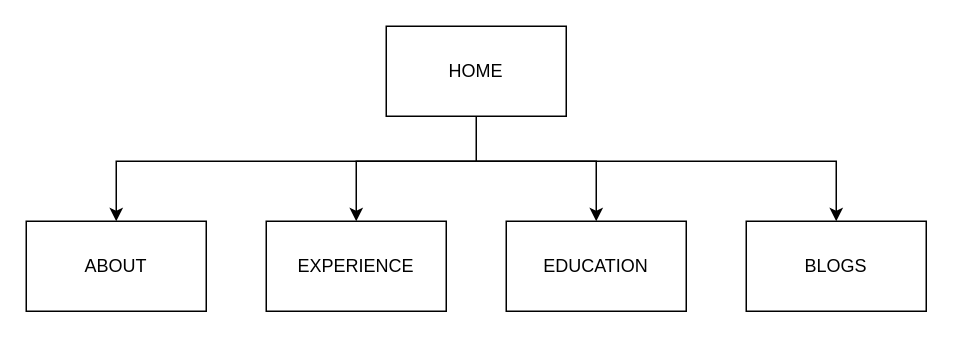
The draw.io diagram Sitemaps/T1A2_Sitemap_Draft.drawio in Mostofa-Abedin/-ShekhMostofaAbedin-_T1A2, before the edit. Source tidied: cells renumbered, new cells numbered last; positions are measured from the earlier drawing's top-left corner, leaving out a move shared by most shapes. Both pictures are drawn from the tidied source at 150%, with x=0, y=0 at pixel (26, 26).
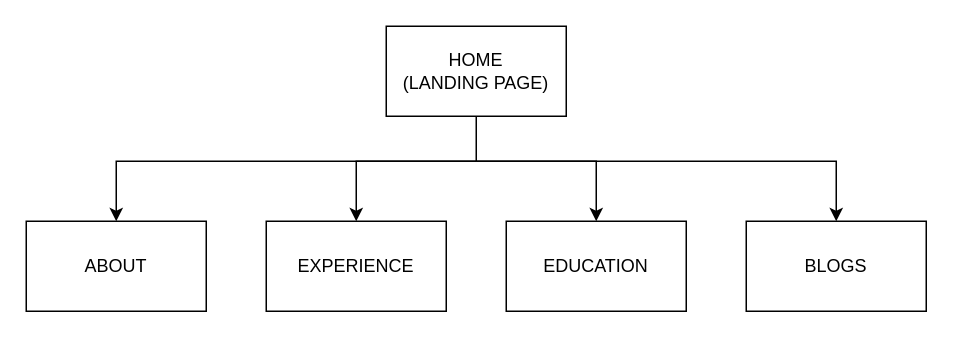
The same diagram, later.

Diff of the diagram source:
```diff
@@
 <mxGraphModel>
   <root>
     <mxCell id="0" />
     <mxCell id="1" parent="0" />
     <mxCell id="2" value="ABOUT" style="rounded=0;whiteSpace=wrap;html=1;" parent="1" vertex="1">
       <mxGeometry y="130" width="120" height="60" as="geometry" />
     </mxCell>
     <mxCell id="3" value="BLOGS" style="rounded=0;whiteSpace=wrap;html=1;" parent="1" vertex="1">
       <mxGeometry x="480" y="130" width="120" height="60" as="geometry" />
     </mxCell>
     <mxCell id="4" value="EXPERIENCE" style="rounded=0;whiteSpace=wrap;html=1;" parent="1" vertex="1">
       <mxGeometry x="160" y="130" width="120" height="60" as="geometry" />
     </mxCell>
     <mxCell id="5" value="EDUCATION" style="rounded=0;whiteSpace=wrap;html=1;" parent="1" vertex="1">
       <mxGeometry x="320" y="130" width="120" height="60" as="geometry" />
     </mxCell>
     <mxCell id="6" style="endArrow=classic;html=1;rounded=0;exitX=0.5;exitY=1;exitDx=0;exitDy=0;entryX=0.5;entryY=0;entryDx=0;entryDy=0;" parent="1" edge="1" target="2">
       <mxGeometry relative="1" as="geometry">
         <mxPoint x="300" y="90" as="sourcePoint" />
         <Array as="points">
           <mxPoint x="60" y="90" />
         </Array>
       </mxGeometry>
     </mxCell>
     <mxCell id="7" style="endArrow=classic;html=1;rounded=0;exitX=0.5;exitY=1;exitDx=0;exitDy=0;entryX=0.5;entryY=0;entryDx=0;entryDy=0;" parent="1" edge="1" target="4">
       <mxGeometry relative="1" as="geometry">
         <mxPoint x="300" y="90" as="sourcePoint" />
         <Array as="points">
           <mxPoint x="220" y="90" />
         </Array>
       </mxGeometry>
     </mxCell>
     <mxCell id="8" style="endArrow=classic;html=1;rounded=0;entryX=0.5;entryY=0;entryDx=0;entryDy=0;" parent="1" edge="1" target="5">
       <mxGeometry relative="1" as="geometry">
         <mxPoint x="300" y="90" as="sourcePoint" />
         <Array as="points">
           <mxPoint x="380" y="90" />
         </Array>
       </mxGeometry>
     </mxCell>
     <mxCell id="9" style="endArrow=classic;html=1;rounded=0;entryX=0.5;entryY=0;entryDx=0;entryDy=0;exitX=0.5;exitY=1;exitDx=0;exitDy=0;" parent="1" edge="1" target="3">
       <mxGeometry relative="1" as="geometry">
         <mxPoint x="300" y="90" as="sourcePoint" />
         <Array as="points">
           <mxPoint x="540" y="90" />
         </Array>
       </mxGeometry>
     </mxCell>
-    <mxCell id="10" value="HOME" style="rounded=0;whiteSpace=wrap;html=1;" parent="1" vertex="1">
+    <mxCell id="10" value="HOME&lt;br&gt;(LANDING PAGE)" style="rounded=0;whiteSpace=wrap;html=1;" parent="1" vertex="1">
       <mxGeometry x="240" width="120" height="60" as="geometry" />
     </mxCell>
     <mxCell id="11" style="endArrow=none;html=1;rounded=0;exitX=0.5;exitY=1;exitDx=0;exitDy=0;" parent="1" edge="1" source="10">
       <mxGeometry relative="1" as="geometry">
         <mxPoint x="300" y="90" as="targetPoint" />
       </mxGeometry>
     </mxCell>
   </root>
 </mxGraphModel>
```
